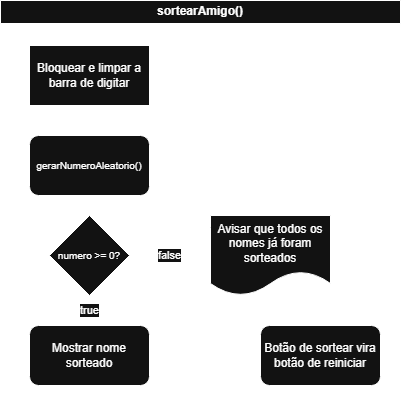
Before: assets/sortearAmigo().drawio.png, a diagram exported from draw.io (victot-exe/amigo-secreto-oracle-one). Source tidied: cells renumbered, new cells last; positions are measured from the earlier drawing's top-left corner, leaving out a move shared by most shapes.
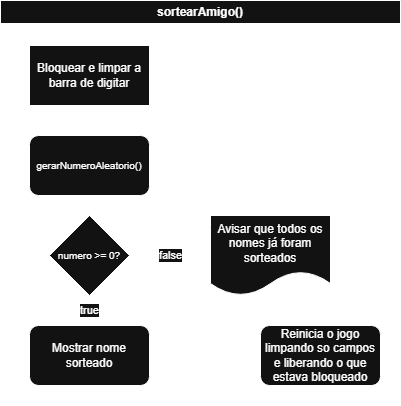
The same file after the commit.

Change to the diagram source:
```diff
@@ -35,7 +35,7 @@
     <mxCell id="12" value="Avisar que todos os nomes já foram sorteados" style="shape=document;whiteSpace=wrap;html=1;boundedLbl=1;" parent="2" vertex="1">
       <mxGeometry x="210" y="215" width="120" height="80" as="geometry" />
     </mxCell>
-    <mxCell id="13" value="Botão de sortear vira botão de reiniciar" style="rounded=1;whiteSpace=wrap;html=1;" parent="2" vertex="1">
+    <mxCell id="13" value="Reinicia o jogo limpando so campos e liberando o que estava bloqueado" style="rounded=1;whiteSpace=wrap;html=1;" parent="2" vertex="1">
       <mxGeometry x="260" y="325" width="120" height="60" as="geometry" />
     </mxCell>
   </root>
```
